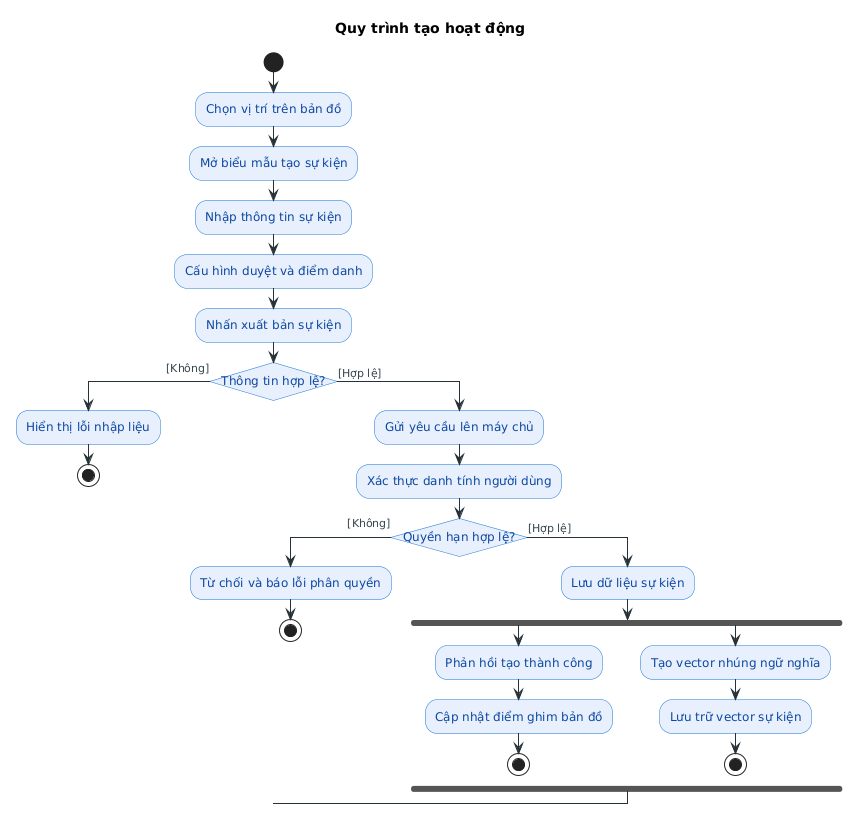
Above: bao-cao/Images/activity-create-activity.png in davenguyen-learn/uniconnect (PlantUML), before the change.
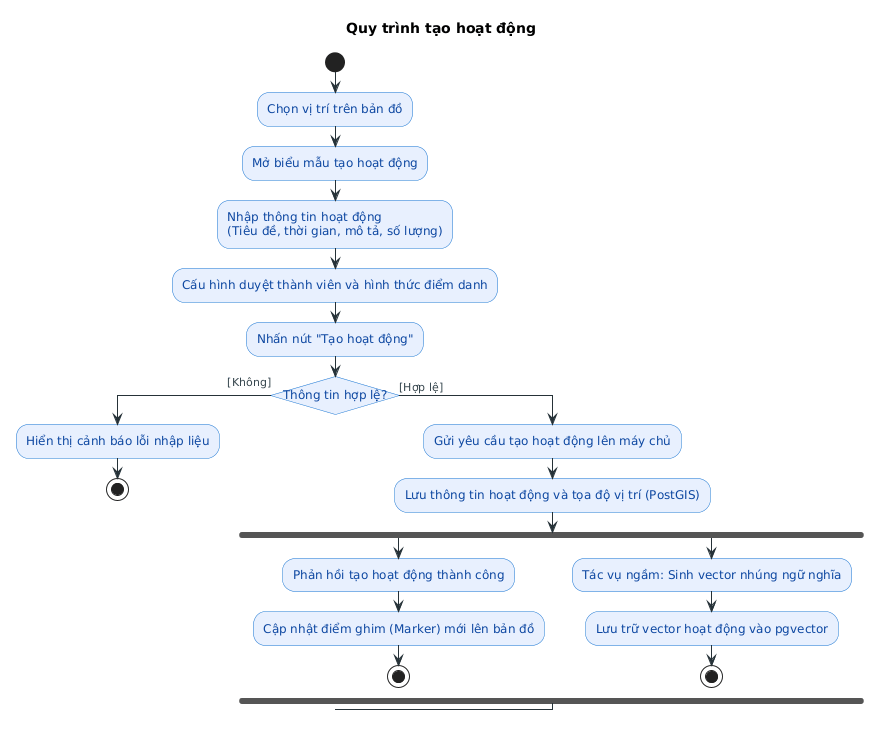
After the change.

Commit message:
fix(diagram): fix terminology to Tao hoat dong and remove illogical permission check

Diff of the diagram source:
```diff
@@ -22,33 +22,27 @@
 
 start
 :Chọn vị trí trên bản đồ;
-:Mở biểu mẫu tạo sự kiện;
-:Nhập thông tin sự kiện;
-:Cấu hình duyệt và điểm danh;
-:Nhấn xuất bản sự kiện;
+:Mở biểu mẫu tạo hoạt động;
+:Nhập thông tin hoạt động
+(Tiêu đề, thời gian, mô tả, số lượng);
+:Cấu hình duyệt thành viên và hình thức điểm danh;
+:Nhấn nút "Tạo hoạt động";
 
 if (Thông tin hợp lệ?) then ([Không])
-  :Hiển thị lỗi nhập liệu;
+  :Hiển thị cảnh báo lỗi nhập liệu;
   stop
 else ([Hợp lệ])
-  :Gửi yêu cầu lên máy chủ;
-  :Xác thực danh tính người dùng;
+  :Gửi yêu cầu tạo hoạt động lên máy chủ;
+  :Lưu thông tin hoạt động và tọa độ vị trí (PostGIS);
 
-  if (Quyền hạn hợp lệ?) then ([Không])
-    :Từ chối và báo lỗi phân quyền;
+  fork
+    :Phản hồi tạo hoạt động thành công;
+    :Cập nhật điểm ghim (Marker) mới lên bản đồ;
     stop
-  else ([Hợp lệ])
-    :Lưu dữ liệu sự kiện;
-
-    fork
-      :Phản hồi tạo thành công;
-      :Cập nhật điểm ghim bản đồ;
-      stop
-    fork again
-      :Tạo vector nhúng ngữ nghĩa;
-      :Lưu trữ vector sự kiện;
-      stop
-    end fork
-  endif
+  fork again
+    :Tác vụ ngầm: Sinh vector nhúng ngữ nghĩa;
+    :Lưu trữ vector hoạt động vào pgvector;
+    stop
+  end fork
 endif
 @enduml
```
